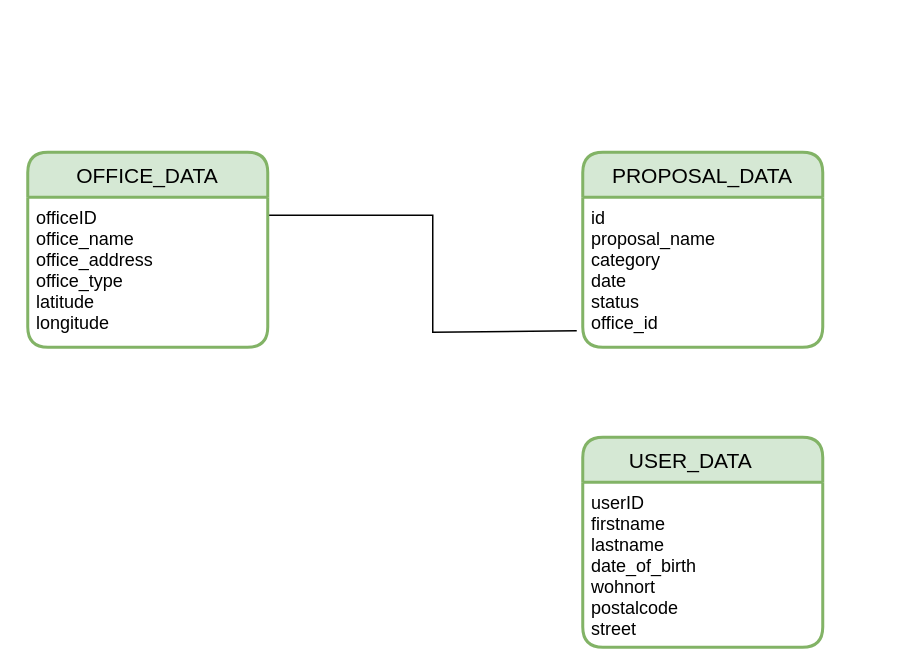
Earlier version of the draw.io diagram DOC/graphics/evameg_ER-Modell.drawio (emcee-101/evameg). Source tidied: cells renumbered, new cells numbered last; positions are measured from the earlier drawing's top-left corner, leaving out a move shared by most shapes. Both pictures are drawn from the tidied source at 150%, with x=0, y=0 at pixel (27, 152).
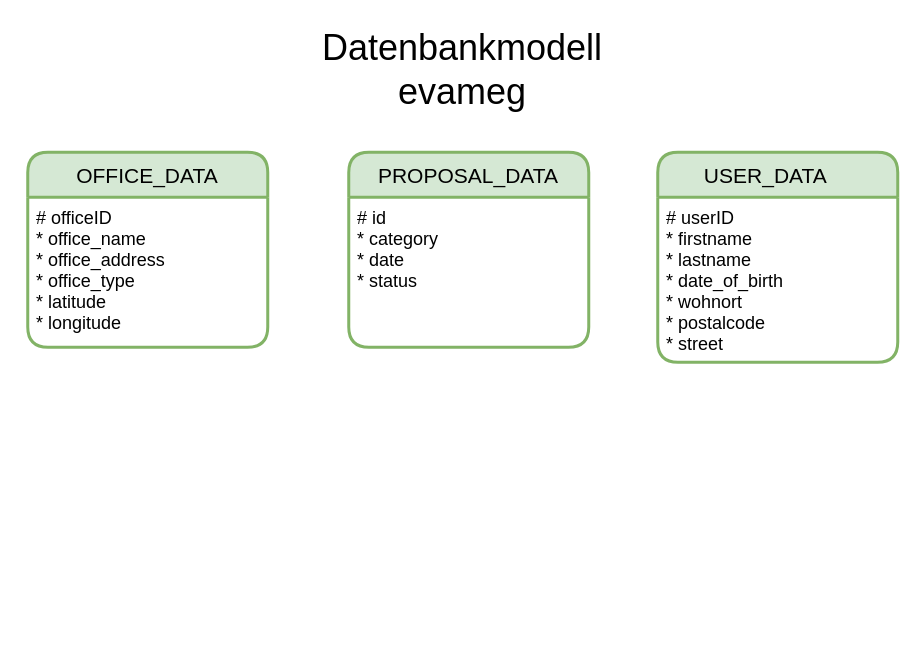
The same diagram, later.

Diff of the diagram source:
```diff
@@
 <mxGraphModel>
   <root>
     <mxCell id="0" />
     <mxCell id="1" parent="0" />
     <mxCell id="2" value="OFFICE_DATA" style="swimlane;horizontal=1;startSize=30;rounded=1;fontSize=14;fontStyle=0;strokeWidth=2;shadow=0;dashed=0;align=center;fillColor=#d5e8d4;strokeColor=#82b366;" parent="1" vertex="1">
       <mxGeometry width="160" height="130" as="geometry" />
     </mxCell>
-    <mxCell id="3" value="officeID&#10;office_name&#10;office_address&#10;office_type&#10;latitude&#10;longitude&#10;&#10;" style="align=left;strokeColor=none;fillColor=none;spacingLeft=4;fontSize=12;verticalAlign=top;" parent="2" vertex="1">
+    <mxCell id="3" value="# officeID&#10;* office_name&#10;* office_address&#10;* office_type&#10;* latitude&#10;* longitude&#10;&#10;" style="align=left;strokeColor=none;fillColor=none;spacingLeft=4;fontSize=12;verticalAlign=top;" parent="2" vertex="1">
       <mxGeometry y="30" width="160" height="100" as="geometry" />
     </mxCell>
     <mxCell id="4" value="PROPOSAL_DATA" style="swimlane;horizontal=1;startSize=30;rounded=1;fontSize=14;fontStyle=0;strokeWidth=2;shadow=0;dashed=0;align=center;fillColor=#d5e8d4;strokeColor=#82b366;" parent="1" vertex="1">
-      <mxGeometry x="370" width="160" height="130" as="geometry" />
+      <mxGeometry x="214" width="160" height="130" as="geometry" />
     </mxCell>
-    <mxCell id="5" value="id&#10;proposal_name&#10;category&#10;date&#10;status&#10;office_id" style="align=left;strokeColor=none;fillColor=none;spacingLeft=4;fontSize=12;verticalAlign=top;" parent="4" vertex="1">
+    <mxCell id="5" value="# id&#10;* category&#10;* date&#10;* status" style="align=left;strokeColor=none;fillColor=none;spacingLeft=4;fontSize=12;verticalAlign=top;" parent="4" vertex="1">
       <mxGeometry y="30" width="160" height="100" as="geometry" />
     </mxCell>
     <mxCell id="6" value="USER_DATA    " style="swimlane;horizontal=1;startSize=30;rounded=1;fontSize=14;fontStyle=0;strokeWidth=2;shadow=0;dashed=0;align=center;fillColor=#d5e8d4;strokeColor=#82b366;" parent="1" vertex="1">
-      <mxGeometry x="370" y="190" width="160" height="140" as="geometry" />
+      <mxGeometry x="420" width="160" height="140" as="geometry" />
     </mxCell>
-    <mxCell id="7" value="userID&#10;firstname&#10;lastname&#10;date_of_birth&#10;wohnort&#10;postalcode&#10;street&#10;&#10;" style="align=left;strokeColor=none;fillColor=none;spacingLeft=4;fontSize=12;verticalAlign=top;" parent="6" vertex="1">
+    <mxCell id="7" value="# userID&#10;* firstname&#10;* lastname&#10;* date_of_birth&#10;* wohnort&#10;* postalcode&#10;* street&#10;&#10;" style="align=left;strokeColor=none;fillColor=none;spacingLeft=4;fontSize=12;verticalAlign=top;" parent="6" vertex="1">
       <mxGeometry y="30" width="160" height="110" as="geometry" />
     </mxCell>
-    <mxCell id="8" style="endArrow=none;html=1;rounded=0;exitX=1.006;exitY=0.12;exitDx=0;exitDy=0;exitPerimeter=0;entryX=-0.025;entryY=0.89;entryDx=0;entryDy=0;entryPerimeter=0;" parent="1" edge="1" source="3" target="5">
-      <mxGeometry relative="1" as="geometry">
-        <Array as="points">
-          <mxPoint x="270" y="42" />
-          <mxPoint x="270" y="120" />
-        </Array>
-      </mxGeometry>
-    </mxCell>
+    <mxCell id="9" value="&lt;font style=&quot;font-size: 24px;&quot;&gt;Datenbankmodell evameg&lt;/font&gt;" style="text;html=1;strokeColor=none;fillColor=none;align=center;verticalAlign=middle;whiteSpace=wrap;rounded=0;" parent="1" vertex="1">
+      <mxGeometry x="260" y="-70" width="60" height="30" as="geometry" />
+    </mxCell>
   </root>
 </mxGraphModel>
```
